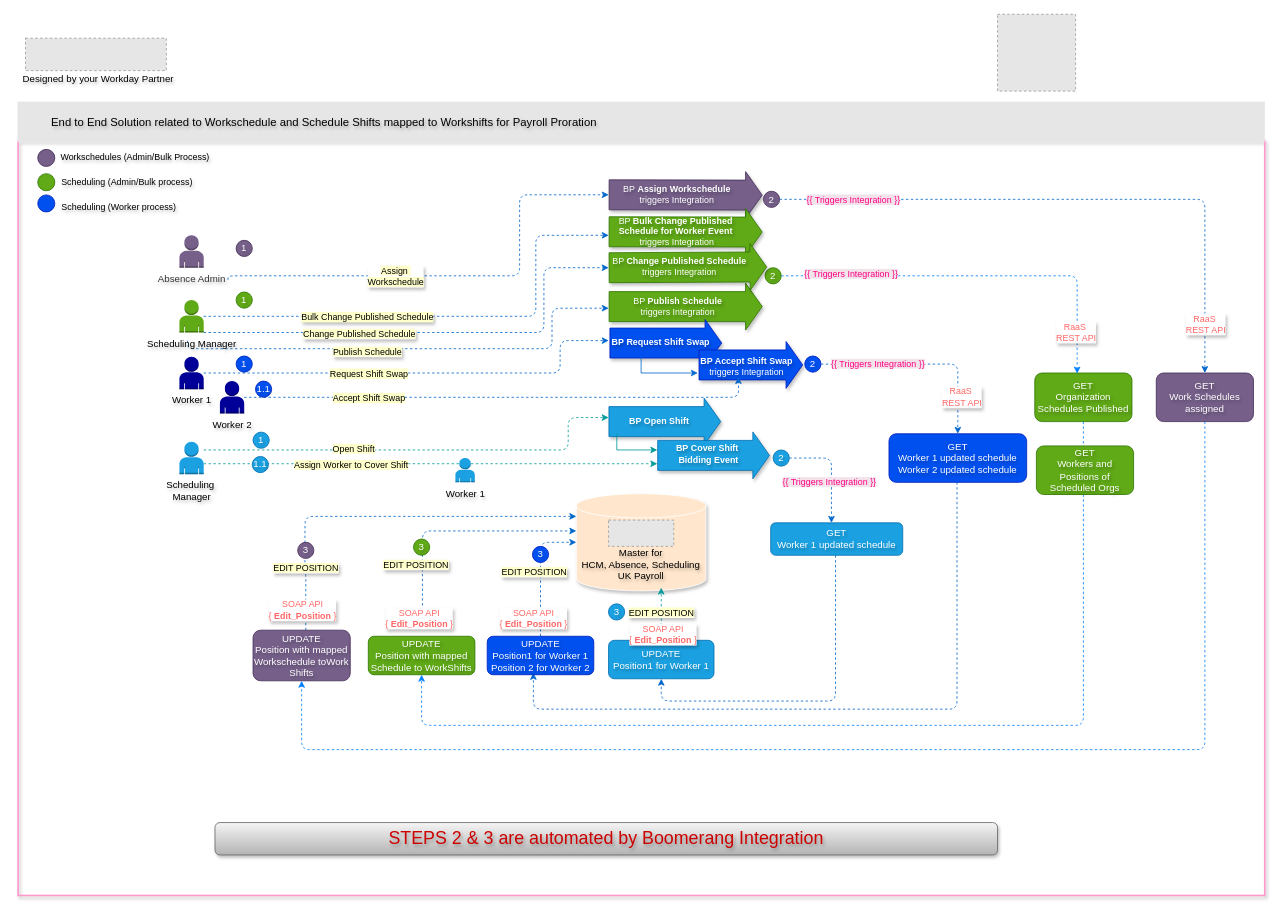
This is Leonardo Hotels Boomerang v1.drawio from sandyaroma/sandyaroma, a draw.io file, before an edit. Source tidied: cells renumbered, new cells numbered last; positions are measured from the earlier drawing's top-left corner, leaving out a move shared by most shapes. Both pictures are drawn from the tidied source at 81%, with x=0, y=0 at pixel (17, 14). Pictures stored in the file or linked from it are replaced by grey dashed boxes.
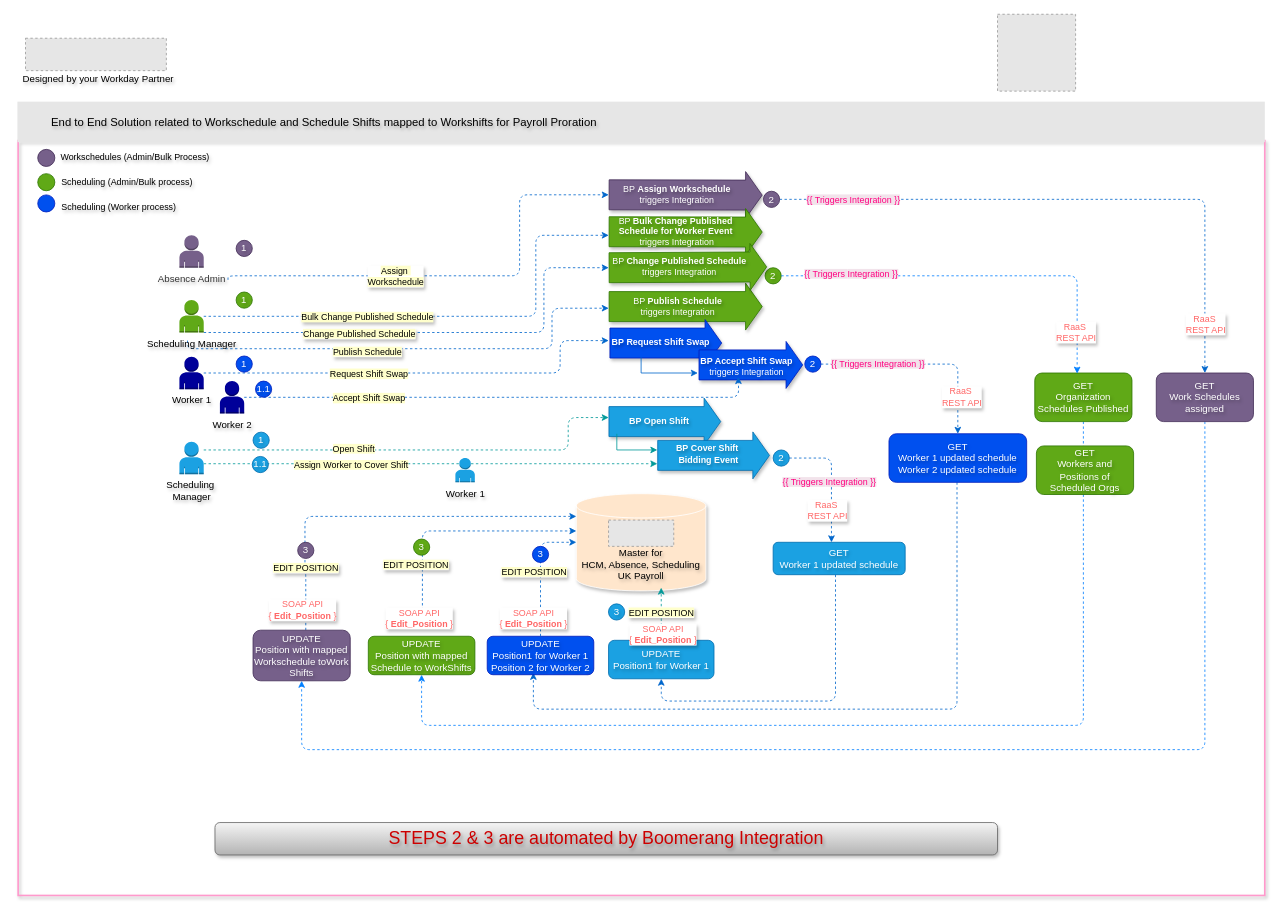
The same page after the edit.

Commit message:
Mettre à jour Leonardo Hotels Boomerang v1.drawio

Diff of the diagram source:
```diff
@@
     <mxCell id="101" value="GET&lt;div&gt;Worker 1 updated schedule&lt;/div&gt;" style="rounded=1;whiteSpace=wrap;html=1;fillColor=#1ba1e2;strokeColor=#006EAF;textShadow=1;fontColor=#ffffff;" parent="1" vertex="1">
-      <mxGeometry x="930" y="628" width="163" height="40" as="geometry" />
+      <mxGeometry x="933" y="652" width="163" height="40" as="geometry" />
     </mxCell>
@@
+    <mxCell id="106" value="&lt;font color=&quot;#ff6666&quot;&gt;RaaS&amp;nbsp;&lt;/font&gt;&lt;div&gt;&lt;font color=&quot;#ff6666&quot;&gt;REST API&lt;/font&gt;&lt;/div&gt;" style="edgeLabel;html=1;align=center;verticalAlign=middle;textShadow=1;" parent="1" vertex="1">
+      <mxGeometry x="1150" y="543" as="geometry">
+        <mxPoint x="-151" y="69" as="offset" />
+      </mxGeometry>
+    </mxCell>
```
